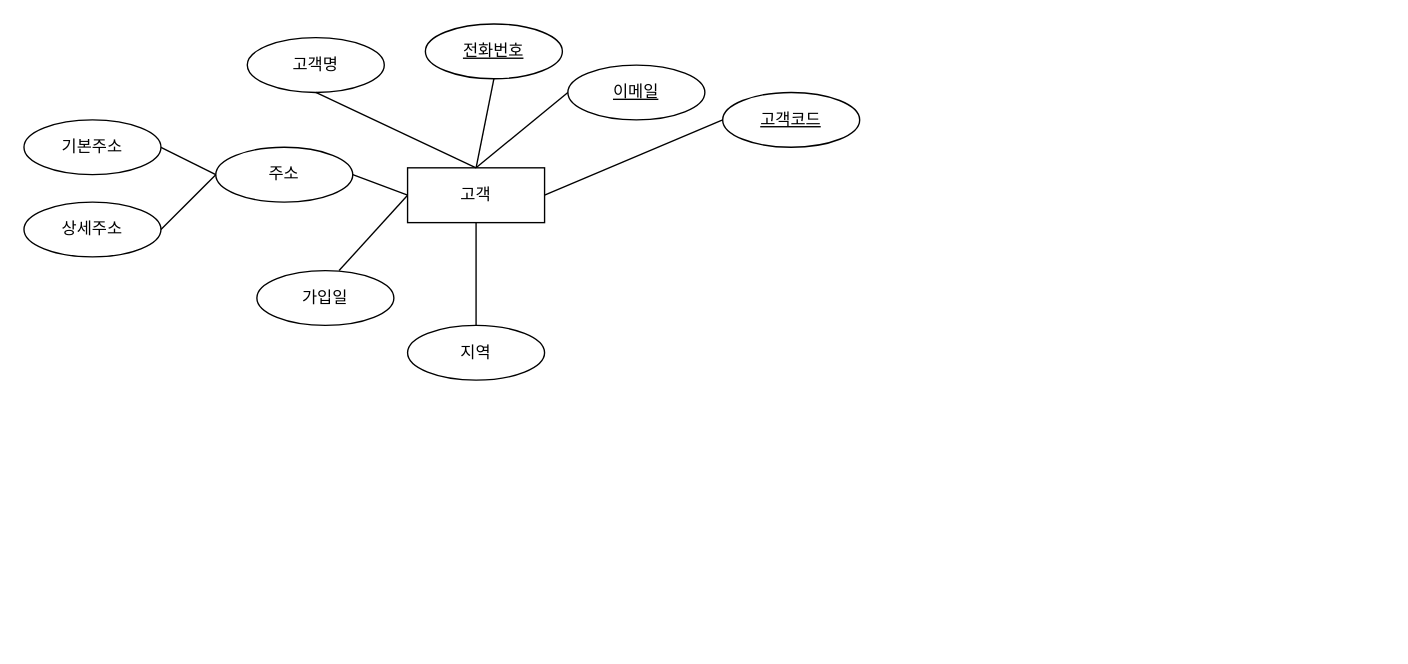
Earlier version of the draw.io diagram 제목 없는 다이어그램.drawio (Robert0623/erd_24.10.25). Source tidied: cells renumbered, new cells numbered last; positions are measured from the earlier drawing's top-left corner, leaving out a move shared by most shapes. Both pictures are drawn from the tidied source at 137%, with x=0, y=0 at pixel (23, 23).
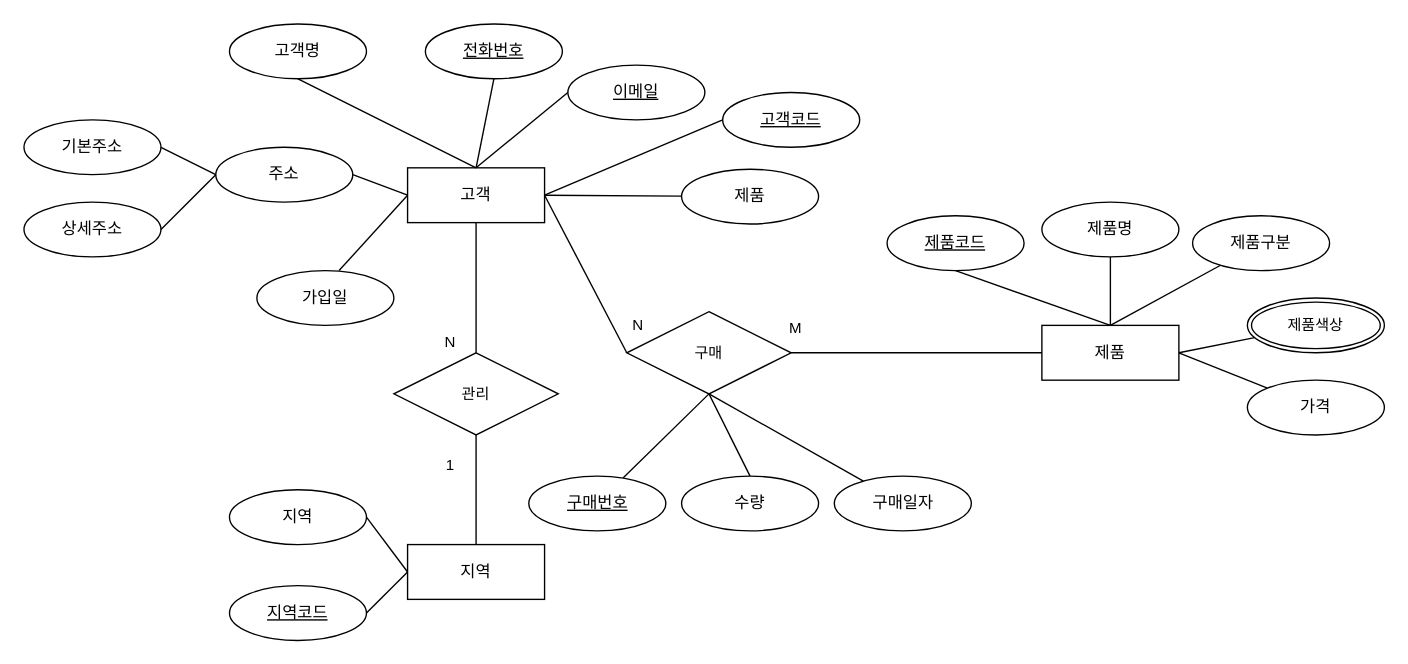
The same diagram, later.

Commit message:
제목 없는 다이어그램.drawio 업데이트

The change refers to these unchanged cells:
```xml
<mxCell id="2" value="고객" style="whiteSpace=wrap;html=1;align=center;" parent="1" vertex="1">
  <mxGeometry x="280" y="105" width="100" height="40" as="geometry" />
</mxCell>
```

Change to the diagram source:
```diff
@@
     <mxCell id="3" value="고객명" style="ellipse;whiteSpace=wrap;html=1;align=center;" parent="1" vertex="1">
-      <mxGeometry x="163" y="10" width="100" height="40" as="geometry" />
+      <mxGeometry x="150" width="100" height="40" as="geometry" />
     </mxCell>
@@
+    <mxCell id="21" value="지역" style="whiteSpace=wrap;html=1;align=center;" parent="1" vertex="1">
+      <mxGeometry x="280" y="380" width="100" height="40" as="geometry" />
+    </mxCell>
     <mxCell id="19" value="지역" style="ellipse;whiteSpace=wrap;html=1;align=center;" parent="1" vertex="1">
-      <mxGeometry x="280" y="220" width="100" height="40" as="geometry" />
+      <mxGeometry x="150" y="340" width="100" height="40" as="geometry" />
     </mxCell>
-    <mxCell id="20" style="endArrow=none;html=1;rounded=0;entryX=0;entryY=0.5;entryDx=0;entryDy=0;exitX=0.5;exitY=0;exitDx=0;exitDy=0;" parent="1" edge="1" source="19">
-      <mxGeometry relative="1" as="geometry">
-        <mxPoint x="330" y="145" as="targetPoint" />
-      </mxGeometry>
-    </mxCell>
+    <mxCell id="22" style="endArrow=none;html=1;rounded=0;entryX=1;entryY=0.5;entryDx=0;entryDy=0;exitX=0;exitY=0.5;exitDx=0;exitDy=0;" parent="1" edge="1" source="21" target="19">
+      <mxGeometry relative="1" as="geometry" />
+    </mxCell>
+    <mxCell id="23" style="endArrow=none;html=1;rounded=0;entryX=1;entryY=0.5;entryDx=0;entryDy=0;exitX=0;exitY=0.5;exitDx=0;exitDy=0;" parent="1" edge="1" source="21" target="24">
+      <mxGeometry relative="1" as="geometry" />
+    </mxCell>
+    <mxCell id="24" value="지역코드" style="ellipse;whiteSpace=wrap;html=1;align=center;fontStyle=4;" parent="1" vertex="1">
+      <mxGeometry x="150" y="410" width="100" height="40" as="geometry" />
+    </mxCell>
+    <mxCell id="25" value="제품" style="whiteSpace=wrap;html=1;align=center;" parent="1" vertex="1">
+      <mxGeometry x="743" y="220" width="100" height="40" as="geometry" />
+    </mxCell>
+    <mxCell id="26" style="edgeStyle=none;shape=connector;rounded=0;jettySize=auto;html=1;exitX=0.5;exitY=1;exitDx=0;exitDy=0;entryX=0.5;entryY=0;entryDx=0;entryDy=0;strokeColor=default;align=center;verticalAlign=middle;fontFamily=Helvetica;fontSize=11;fontColor=default;labelBackgroundColor=default;endArrow=none;endFill=0;" parent="1" edge="1" source="27" target="25">
+      <mxGeometry relative="1" as="geometry" />
+    </mxCell>
+    <mxCell id="27" value="제품명" style="ellipse;whiteSpace=wrap;html=1;align=center;" parent="1" vertex="1">
+      <mxGeometry x="743" y="130" width="100" height="40" as="geometry" />
+    </mxCell>
+    <mxCell id="28" style="edgeStyle=none;shape=connector;rounded=0;jettySize=auto;html=1;entryX=0.5;entryY=0;entryDx=0;entryDy=0;strokeColor=default;align=center;verticalAlign=middle;fontFamily=Helvetica;fontSize=11;fontColor=default;labelBackgroundColor=default;endArrow=none;endFill=0;exitX=0.5;exitY=1;exitDx=0;exitDy=0;" parent="1" edge="1" source="29" target="25">
+      <mxGeometry relative="1" as="geometry" />
+    </mxCell>
+    <mxCell id="29" value="제품코드" style="ellipse;whiteSpace=wrap;html=1;align=center;fontStyle=4;" parent="1" vertex="1">
+      <mxGeometry x="630" y="140" width="100" height="40" as="geometry" />
+    </mxCell>
+    <mxCell id="30" style="rounded=0;jettySize=auto;html=1;entryX=0.5;entryY=0;entryDx=0;entryDy=0;endArrow=none;endFill=0;" parent="1" edge="1" source="31" target="25">
+      <mxGeometry relative="1" as="geometry" />
+    </mxCell>
+    <mxCell id="31" value="제품구분" style="ellipse;whiteSpace=wrap;html=1;align=center;" parent="1" vertex="1">
+      <mxGeometry x="853" y="140" width="100" height="40" as="geometry" />
+    </mxCell>
+    <mxCell id="32" style="edgeStyle=none;shape=connector;rounded=0;jettySize=auto;html=1;strokeColor=default;align=center;verticalAlign=middle;fontFamily=Helvetica;fontSize=11;fontColor=default;labelBackgroundColor=default;endArrow=none;endFill=0;entryX=1;entryY=0.5;entryDx=0;entryDy=0;" parent="1" edge="1" source="33" target="25">
+      <mxGeometry relative="1" as="geometry" />
+    </mxCell>
+    <mxCell id="33" value="제품색상" style="ellipse;shape=doubleEllipse;margin=3;whiteSpace=wrap;html=1;align=center;fontFamily=Helvetica;fontSize=11;fontColor=default;labelBackgroundColor=default;" parent="1" vertex="1">
+      <mxGeometry x="893" y="200" width="100" height="40" as="geometry" />
+    </mxCell>
+    <mxCell id="34" style="edgeStyle=none;shape=connector;rounded=0;jettySize=auto;html=1;entryX=1;entryY=0.5;entryDx=0;entryDy=0;strokeColor=default;align=center;verticalAlign=middle;fontFamily=Helvetica;fontSize=11;fontColor=default;labelBackgroundColor=default;endArrow=none;endFill=0;" parent="1" edge="1" source="35" target="25">
+      <mxGeometry relative="1" as="geometry" />
+    </mxCell>
+    <mxCell id="35" value="가격" style="ellipse;whiteSpace=wrap;html=1;align=center;" parent="1" vertex="1">
+      <mxGeometry x="893" y="260" width="100" height="40" as="geometry" />
+    </mxCell>
+    <mxCell id="36" style="edgeStyle=none;shape=connector;rounded=0;jettySize=auto;html=1;entryX=1;entryY=0.5;entryDx=0;entryDy=0;strokeColor=default;align=center;verticalAlign=middle;fontFamily=Helvetica;fontSize=11;fontColor=default;labelBackgroundColor=default;endArrow=none;endFill=0;" parent="1" edge="1" source="37" target="2">
+      <mxGeometry relative="1" as="geometry" />
+    </mxCell>
+    <mxCell id="37" value="제품" style="ellipse;whiteSpace=wrap;html=1;align=center;" parent="1" vertex="1">
+      <mxGeometry x="480" y="106" width="100" height="40" as="geometry" />
+    </mxCell>
+    <mxCell id="38" style="edgeStyle=none;shape=connector;rounded=0;jettySize=auto;html=1;exitX=0.5;exitY=0;exitDx=0;exitDy=0;entryX=0.5;entryY=1;entryDx=0;entryDy=0;strokeColor=default;align=center;verticalAlign=middle;fontFamily=Helvetica;fontSize=11;fontColor=default;labelBackgroundColor=default;endArrow=none;endFill=0;" parent="1" edge="1" source="42" target="2">
+      <mxGeometry relative="1" as="geometry" />
+    </mxCell>
+    <mxCell id="39" value="N" style="edgeLabel;html=1;align=center;verticalAlign=middle;fontFamily=Helvetica;fontSize=11;fontColor=default;labelBackgroundColor=default;" parent="38" vertex="1">
+      <mxGeometry x="0.06" y="-3" relative="1" as="geometry">
+        <mxPoint x="-23" y="41" as="offset" />
+      </mxGeometry>
+    </mxCell>
+    <mxCell id="40" value="1" style="edgeLabel;html=1;align=center;verticalAlign=middle;fontFamily=Helvetica;fontSize=11;fontColor=default;labelBackgroundColor=default;" parent="38" vertex="1">
+      <mxGeometry x="0.33" relative="1" as="geometry">
+        <mxPoint x="-20" y="144" as="offset" />
+      </mxGeometry>
+    </mxCell>
+    <mxCell id="41" style="edgeStyle=none;shape=connector;rounded=0;jettySize=auto;html=1;exitX=0.5;exitY=1;exitDx=0;exitDy=0;entryX=0.5;entryY=0;entryDx=0;entryDy=0;strokeColor=default;align=center;verticalAlign=middle;fontFamily=Helvetica;fontSize=11;fontColor=default;labelBackgroundColor=default;endArrow=none;endFill=0;" parent="1" edge="1" source="42" target="21">
+      <mxGeometry relative="1" as="geometry" />
+    </mxCell>
+    <mxCell id="42" value="관리" style="shape=rhombus;perimeter=rhombusPerimeter;whiteSpace=wrap;html=1;align=center;fontFamily=Helvetica;fontSize=11;fontColor=default;labelBackgroundColor=default;" parent="1" vertex="1">
+      <mxGeometry x="270" y="240" width="120" height="60" as="geometry" />
+    </mxCell>
+    <mxCell id="43" style="edgeStyle=none;shape=connector;rounded=0;jettySize=auto;html=1;entryX=1;entryY=0.5;entryDx=0;entryDy=0;strokeColor=default;align=center;verticalAlign=middle;fontFamily=Helvetica;fontSize=11;fontColor=default;labelBackgroundColor=default;endArrow=none;endFill=0;exitX=0;exitY=0.5;exitDx=0;exitDy=0;" parent="1" edge="1" source="47" target="2">
+      <mxGeometry relative="1" as="geometry" />
+    </mxCell>
+    <mxCell id="44" value="N" style="edgeLabel;html=1;align=center;verticalAlign=middle;fontFamily=Helvetica;fontSize=11;fontColor=default;labelBackgroundColor=default;" parent="43" vertex="1">
+      <mxGeometry x="-0.09" y="4" relative="1" as="geometry">
+        <mxPoint x="38" y="30" as="offset" />
+      </mxGeometry>
+    </mxCell>
+    <mxCell id="45" style="edgeStyle=none;shape=connector;rounded=0;jettySize=auto;html=1;exitX=1;exitY=0.5;exitDx=0;exitDy=0;entryX=0;entryY=0.5;entryDx=0;entryDy=0;strokeColor=default;align=center;verticalAlign=middle;fontFamily=Helvetica;fontSize=11;fontColor=default;labelBackgroundColor=default;endArrow=none;endFill=0;" parent="1" edge="1" source="47" target="25">
+      <mxGeometry relative="1" as="geometry" />
+    </mxCell>
+    <mxCell id="46" value="M" style="edgeLabel;html=1;align=center;verticalAlign=middle;fontFamily=Helvetica;fontSize=11;fontColor=default;labelBackgroundColor=default;" parent="45" vertex="1">
+      <mxGeometry y="2" relative="1" as="geometry">
+        <mxPoint x="-90" y="-17" as="offset" />
+      </mxGeometry>
+    </mxCell>
+    <mxCell id="47" value="구매" style="shape=rhombus;perimeter=rhombusPerimeter;whiteSpace=wrap;html=1;align=center;fontFamily=Helvetica;fontSize=11;fontColor=default;labelBackgroundColor=default;" parent="1" vertex="1">
+      <mxGeometry x="440" y="210" width="120" height="60" as="geometry" />
+    </mxCell>
+    <mxCell id="48" style="edgeStyle=none;shape=connector;rounded=0;jettySize=auto;html=1;exitX=0.5;exitY=0;exitDx=0;exitDy=0;entryX=0.5;entryY=1;entryDx=0;entryDy=0;strokeColor=default;align=center;verticalAlign=middle;fontFamily=Helvetica;fontSize=11;fontColor=default;labelBackgroundColor=default;endArrow=none;endFill=0;" parent="1" edge="1" source="49" target="47">
+      <mxGeometry relative="1" as="geometry" />
+    </mxCell>
+    <mxCell id="49" value="수량" style="ellipse;whiteSpace=wrap;html=1;align=center;" parent="1" vertex="1">
+      <mxGeometry x="480" y="330" width="100" height="40" as="geometry" />
+    </mxCell>
+    <mxCell id="50" style="edgeStyle=none;shape=connector;rounded=0;jettySize=auto;html=1;entryX=0.5;entryY=1;entryDx=0;entryDy=0;strokeColor=default;align=center;verticalAlign=middle;fontFamily=Helvetica;fontSize=11;fontColor=default;labelBackgroundColor=default;endArrow=none;endFill=0;" parent="1" edge="1" source="51" target="47">
+      <mxGeometry relative="1" as="geometry" />
+    </mxCell>
+    <mxCell id="51" value="구매번호" style="ellipse;whiteSpace=wrap;html=1;align=center;fontStyle=4;" parent="1" vertex="1">
+      <mxGeometry x="368.5" y="330" width="100" height="40" as="geometry" />
+    </mxCell>
+    <mxCell id="52" style="edgeStyle=none;shape=connector;rounded=0;jettySize=auto;html=1;entryX=0.5;entryY=1;entryDx=0;entryDy=0;strokeColor=default;align=center;verticalAlign=middle;fontFamily=Helvetica;fontSize=11;fontColor=default;labelBackgroundColor=default;endArrow=none;endFill=0;" parent="1" edge="1" source="53" target="47">
+      <mxGeometry relative="1" as="geometry" />
+    </mxCell>
+    <mxCell id="53" value="구매일자" style="ellipse;whiteSpace=wrap;html=1;align=center;" parent="1" vertex="1">
+      <mxGeometry x="591.5" y="330" width="100" height="40" as="geometry" />
+    </mxCell>
+    <mxCell id="54" style="edgeStyle=none;shape=connector;rounded=0;orthogonalLoop=1;jettySize=auto;html=1;exitX=1;exitY=1;exitDx=0;exitDy=0;strokeColor=default;align=center;verticalAlign=middle;fontFamily=Helvetica;fontSize=11;fontColor=default;labelBackgroundColor=default;endArrow=none;endFill=0;" parent="1" edge="1" source="47" target="47">
+      <mxGeometry relative="1" as="geometry" />
+    </mxCell>
```
